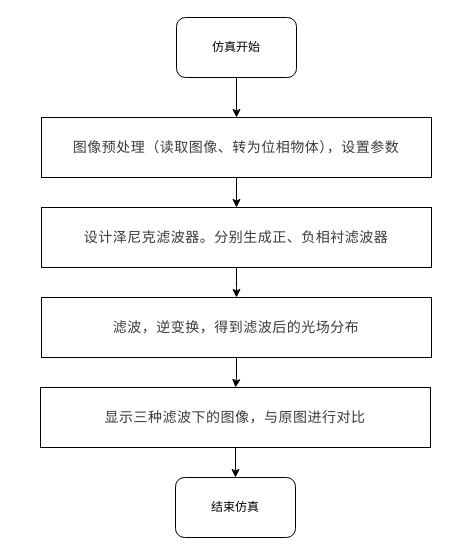
This is 未命名绘图.drawio from LennyJove/optic_simulation, a draw.io file, before an edit. Source tidied: cells renumbered, new cells numbered last; positions are measured from the earlier drawing's top-left corner, leaving out a move shared by most shapes. Both pictures are drawn from the tidied source at 100%, with x=0, y=0 at pixel (40, 17).
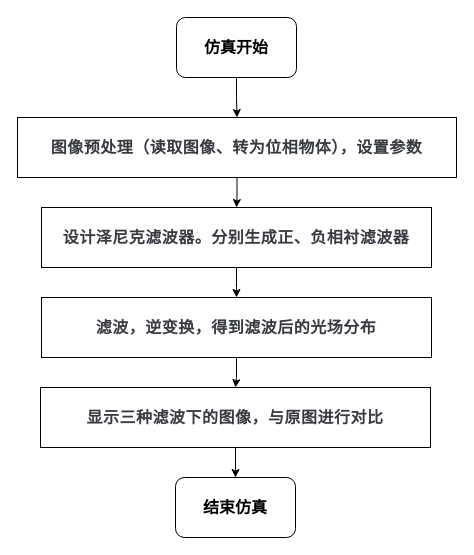
After the change.

What changed in the source:
```diff
@@
 <mxGraphModel>
   <root>
     <mxCell id="0" />
     <mxCell id="1" parent="0" />
     <mxCell id="2" style="edgeStyle=orthogonalEdgeStyle;rounded=0;jettySize=auto;html=1;" parent="1" edge="1" source="3" target="5">
       <mxGeometry relative="1" as="geometry" />
     </mxCell>
-    <mxCell id="3" value="&lt;pre style=&quot;font-family: &amp;quot;Fira Code&amp;quot;, &amp;quot;Fira Mono&amp;quot;, Menlo, Consolas, &amp;quot;DejaVu Sans Mono&amp;quot;, monospace; scrollbar-color: rgba(0, 0, 0, 0.25) rgba(0, 0, 0, 0); margin-top: 0.5em; margin-bottom: 0.5em; padding: 1em; border: 0px; font-variant-numeric: inherit; font-variant-east-asian: inherit; font-variant-alternates: inherit; font-variant-position: inherit; font-variant-emoji: inherit; font-stretch: inherit; font-size: 14px; line-height: 1.5; font-optical-sizing: inherit; font-size-adjust: inherit; font-kerning: inherit; font-feature-settings: inherit; font-variation-settings: inherit; vertical-align: baseline; color: rgb(56, 58, 66); direction: ltr; text-align: left; word-break: normal; tab-size: 2; hyphens: none; overflow: auto; border-radius: 0px; background: none 0% 0% / auto repeat scroll padding-box border-box rgb(255, 255, 255); letter-spacing: 0.5px;&quot; class=&quot;language-&quot; data-v-e2d1d10f=&quot;&quot;&gt;&lt;code style=&quot;font-family: &amp;quot;Fira Code&amp;quot;, &amp;quot;Fira Mono&amp;quot;, Menlo, Consolas, &amp;quot;DejaVu Sans Mono&amp;quot;, monospace; scrollbar-color: rgba(0, 0, 0, 0.25) rgba(0, 0, 0, 0); margin: 0px; padding: 0px; border: 0px; font-style: inherit; font-variant: inherit; font-weight: inherit; font-stretch: inherit; font-size: inherit; line-height: 1.5; font-optical-sizing: inherit; font-size-adjust: inherit; font-kerning: inherit; font-feature-settings: inherit; font-variation-settings: inherit; vertical-align: baseline; direction: ltr; text-wrap-mode: wrap; word-spacing: normal; word-break: break-word; tab-size: 2; hyphens: none; max-width: 100%; overflow: auto;&quot; class=&quot;language-&quot;&gt;图像预处理（读取图像、转为位相物体），设置参数&lt;/code&gt;&lt;/pre&gt;" style="rounded=0;whiteSpace=wrap;html=1;" parent="1" vertex="1">
-      <mxGeometry x="1" y="100" width="390" height="60" as="geometry" />
+    <mxCell id="3" value="&lt;pre style=&quot;font-family: &amp;quot;Fira Code&amp;quot;, &amp;quot;Fira Mono&amp;quot;, Menlo, Consolas, &amp;quot;DejaVu Sans Mono&amp;quot;, monospace; scrollbar-color: rgba(0, 0, 0, 0.25) rgba(0, 0, 0, 0); margin-top: 0.5em; margin-bottom: 0.5em; padding: 1em; border: 0px; font-variant-numeric: inherit; font-variant-east-asian: inherit; font-variant-alternates: inherit; font-variant-position: inherit; font-variant-emoji: inherit; font-stretch: inherit; line-height: 1.5; font-optical-sizing: inherit; font-size-adjust: inherit; font-kerning: inherit; font-feature-settings: inherit; font-variation-settings: inherit; vertical-align: baseline; color: rgb(56, 58, 66); direction: ltr; text-align: left; word-break: normal; tab-size: 2; hyphens: none; overflow: auto; border-radius: 0px; background: none 0% 0% / auto repeat scroll padding-box border-box rgb(255, 255, 255); letter-spacing: 0.5px;&quot; class=&quot;language-&quot; data-v-e2d1d10f=&quot;&quot;&gt;&lt;code style=&quot;font-family: &amp;quot;Fira Code&amp;quot;, &amp;quot;Fira Mono&amp;quot;, Menlo, Consolas, &amp;quot;DejaVu Sans Mono&amp;quot;, monospace; scrollbar-color: rgba(0, 0, 0, 0.25) rgba(0, 0, 0, 0); margin: 0px; padding: 0px; border: 0px; font-style: inherit; font-variant: inherit; font-stretch: inherit; line-height: 1.5; font-optical-sizing: inherit; font-size-adjust: inherit; font-kerning: inherit; font-feature-settings: inherit; font-variation-settings: inherit; vertical-align: baseline; direction: ltr; text-wrap-mode: wrap; word-spacing: normal; word-break: break-word; tab-size: 2; hyphens: none; max-width: 100%; overflow: auto;&quot; class=&quot;language-&quot;&gt;&lt;b style=&quot;&quot;&gt;&lt;font style=&quot;font-size: 16px;&quot;&gt;图像预处理（读取图像、转为位相物体），设置参数&lt;/font&gt;&lt;/b&gt;&lt;/code&gt;&lt;/pre&gt;" style="rounded=0;whiteSpace=wrap;html=1;" parent="1" vertex="1">
+      <mxGeometry x="-23" y="100" width="439" height="60" as="geometry" />
     </mxCell>
     <mxCell id="4" style="edgeStyle=orthogonalEdgeStyle;rounded=0;jettySize=auto;html=1;" parent="1" edge="1" source="5">
       <mxGeometry relative="1" as="geometry">
         <mxPoint x="196" y="280" as="targetPoint" />
       </mxGeometry>
     </mxCell>
-    <mxCell id="5" value="&lt;pre style=&quot;font-family: &amp;quot;Fira Code&amp;quot;, &amp;quot;Fira Mono&amp;quot;, Menlo, Consolas, &amp;quot;DejaVu Sans Mono&amp;quot;, monospace; scrollbar-color: rgba(0, 0, 0, 0.25) rgba(0, 0, 0, 0); margin-top: 0.5em; margin-bottom: 0.5em; padding: 1em; border: 0px; font-variant-numeric: inherit; font-variant-east-asian: inherit; font-variant-alternates: inherit; font-variant-position: inherit; font-variant-emoji: inherit; font-stretch: inherit; font-size: 14px; line-height: 1.5; font-optical-sizing: inherit; font-size-adjust: inherit; font-kerning: inherit; font-feature-settings: inherit; font-variation-settings: inherit; vertical-align: baseline; color: rgb(56, 58, 66); direction: ltr; text-align: left; word-break: normal; tab-size: 2; hyphens: none; overflow: auto; border-radius: 0px; background: none 0% 0% / auto repeat scroll padding-box border-box rgb(255, 255, 255); letter-spacing: 0.5px;&quot; class=&quot;language-&quot; data-v-e2d1d10f=&quot;&quot;&gt;&lt;code style=&quot;font-family: &amp;quot;Fira Code&amp;quot;, &amp;quot;Fira Mono&amp;quot;, Menlo, Consolas, &amp;quot;DejaVu Sans Mono&amp;quot;, monospace; scrollbar-color: transparent transparent; margin: 0px; padding: 0px; border: 0px; font-style: inherit; font-variant: inherit; font-weight: inherit; font-stretch: inherit; font-size: inherit; line-height: 1.5; font-optical-sizing: inherit; font-size-adjust: inherit; font-kerning: inherit; font-feature-settings: inherit; font-variation-settings: inherit; vertical-align: baseline; direction: ltr; text-wrap-mode: wrap; word-spacing: normal; word-break: break-word; tab-size: 2; hyphens: none; max-width: 100%; overflow: auto;&quot; class=&quot;language-&quot;&gt;设计泽尼克滤波器。分别生成正、负相衬滤波器&lt;/code&gt;&lt;/pre&gt;" style="rounded=0;whiteSpace=wrap;html=1;" parent="1" vertex="1">
+    <mxCell id="5" value="&lt;pre style=&quot;font-family: &amp;quot;Fira Code&amp;quot;, &amp;quot;Fira Mono&amp;quot;, Menlo, Consolas, &amp;quot;DejaVu Sans Mono&amp;quot;, monospace; scrollbar-color: rgba(0, 0, 0, 0.25) rgba(0, 0, 0, 0); margin-top: 0.5em; margin-bottom: 0.5em; padding: 1em; border: 0px; font-variant-numeric: inherit; font-variant-east-asian: inherit; font-variant-alternates: inherit; font-variant-position: inherit; font-variant-emoji: inherit; font-stretch: inherit; line-height: 1.5; font-optical-sizing: inherit; font-size-adjust: inherit; font-kerning: inherit; font-feature-settings: inherit; font-variation-settings: inherit; vertical-align: baseline; color: rgb(56, 58, 66); direction: ltr; text-align: left; word-break: normal; tab-size: 2; hyphens: none; overflow: auto; border-radius: 0px; background: none 0% 0% / auto repeat scroll padding-box border-box rgb(255, 255, 255); letter-spacing: 0.5px;&quot; class=&quot;language-&quot; data-v-e2d1d10f=&quot;&quot;&gt;&lt;code style=&quot;font-family: &amp;quot;Fira Code&amp;quot;, &amp;quot;Fira Mono&amp;quot;, Menlo, Consolas, &amp;quot;DejaVu Sans Mono&amp;quot;, monospace; scrollbar-color: transparent transparent; margin: 0px; padding: 0px; border: 0px; font-style: inherit; font-variant: inherit; font-stretch: inherit; line-height: 1.5; font-optical-sizing: inherit; font-size-adjust: inherit; font-kerning: inherit; font-feature-settings: inherit; font-variation-settings: inherit; vertical-align: baseline; direction: ltr; text-wrap-mode: wrap; word-spacing: normal; word-break: break-word; tab-size: 2; hyphens: none; max-width: 100%; overflow: auto;&quot; class=&quot;language-&quot;&gt;&lt;b style=&quot;&quot;&gt;&lt;font style=&quot;font-size: 16px;&quot;&gt;设计泽尼克滤波器。分别生成正、负相衬滤波器&lt;/font&gt;&lt;/b&gt;&lt;/code&gt;&lt;/pre&gt;" style="rounded=0;whiteSpace=wrap;html=1;" parent="1" vertex="1">
       <mxGeometry x="1" y="190" width="390" height="60" as="geometry" />
     </mxCell>
     <mxCell id="6" style="edgeStyle=orthogonalEdgeStyle;rounded=0;jettySize=auto;html=1;" parent="1" edge="1" source="7" target="3">
       <mxGeometry relative="1" as="geometry" />
     </mxCell>
-    <mxCell id="7" value="仿真开始" style="rounded=1;whiteSpace=wrap;html=1;" parent="1" vertex="1">
+    <mxCell id="7" value="&lt;b&gt;&lt;font style=&quot;font-size: 16px;&quot;&gt;仿真开始&lt;/font&gt;&lt;/b&gt;" style="rounded=1;whiteSpace=wrap;html=1;" parent="1" vertex="1">
       <mxGeometry x="136" width="120" height="60" as="geometry" />
     </mxCell>
     <mxCell id="8" style="edgeStyle=orthogonalEdgeStyle;rounded=0;jettySize=auto;html=1;" parent="1" edge="1" source="9">
       <mxGeometry relative="1" as="geometry">
         <mxPoint x="195" y="370" as="targetPoint" />
       </mxGeometry>
     </mxCell>
-    <mxCell id="9" value="&lt;pre style=&quot;font-family: &amp;quot;Fira Code&amp;quot;, &amp;quot;Fira Mono&amp;quot;, Menlo, Consolas, &amp;quot;DejaVu Sans Mono&amp;quot;, monospace; scrollbar-color: rgba(0, 0, 0, 0.25) rgba(0, 0, 0, 0); margin-top: 0.5em; margin-bottom: 0.5em; padding: 1em; border: 0px; font-variant-numeric: inherit; font-variant-east-asian: inherit; font-variant-alternates: inherit; font-variant-position: inherit; font-variant-emoji: inherit; font-stretch: inherit; font-size: 14px; line-height: 1.5; font-optical-sizing: inherit; font-size-adjust: inherit; font-kerning: inherit; font-feature-settings: inherit; font-variation-settings: inherit; vertical-align: baseline; color: rgb(56, 58, 66); direction: ltr; text-align: left; word-break: normal; tab-size: 2; hyphens: none; overflow: auto; border-radius: 0px; background: none 0% 0% / auto repeat scroll padding-box border-box rgb(255, 255, 255); letter-spacing: 0.5px;&quot; class=&quot;language-&quot; data-v-e2d1d10f=&quot;&quot;&gt;&lt;code style=&quot;font-family: &amp;quot;Fira Code&amp;quot;, &amp;quot;Fira Mono&amp;quot;, Menlo, Consolas, &amp;quot;DejaVu Sans Mono&amp;quot;, monospace; scrollbar-color: rgba(0, 0, 0, 0.25) rgba(0, 0, 0, 0); margin: 0px; padding: 0px; border: 0px; font-style: inherit; font-variant: inherit; font-weight: inherit; font-stretch: inherit; font-size: inherit; line-height: 1.5; font-optical-sizing: inherit; font-size-adjust: inherit; font-kerning: inherit; font-feature-settings: inherit; font-variation-settings: inherit; vertical-align: baseline; direction: ltr; text-wrap-mode: wrap; word-spacing: normal; word-break: break-word; tab-size: 2; hyphens: none; max-width: 100%; overflow: auto;&quot; class=&quot;language-&quot;&gt;滤波，逆变换，得到滤波后的光场分布&lt;/code&gt;&lt;/pre&gt;" style="whiteSpace=wrap;html=1;rounded=0;" parent="1" vertex="1">
+    <mxCell id="9" value="&lt;pre style=&quot;font-family: &amp;quot;Fira Code&amp;quot;, &amp;quot;Fira Mono&amp;quot;, Menlo, Consolas, &amp;quot;DejaVu Sans Mono&amp;quot;, monospace; scrollbar-color: rgba(0, 0, 0, 0.25) rgba(0, 0, 0, 0); margin-top: 0.5em; margin-bottom: 0.5em; padding: 1em; border: 0px; font-variant-numeric: inherit; font-variant-east-asian: inherit; font-variant-alternates: inherit; font-variant-position: inherit; font-variant-emoji: inherit; font-stretch: inherit; line-height: 1.5; font-optical-sizing: inherit; font-size-adjust: inherit; font-kerning: inherit; font-feature-settings: inherit; font-variation-settings: inherit; vertical-align: baseline; color: rgb(56, 58, 66); direction: ltr; text-align: left; word-break: normal; tab-size: 2; hyphens: none; overflow: auto; border-radius: 0px; background: none 0% 0% / auto repeat scroll padding-box border-box rgb(255, 255, 255); letter-spacing: 0.5px;&quot; class=&quot;language-&quot; data-v-e2d1d10f=&quot;&quot;&gt;&lt;code style=&quot;font-family: &amp;quot;Fira Code&amp;quot;, &amp;quot;Fira Mono&amp;quot;, Menlo, Consolas, &amp;quot;DejaVu Sans Mono&amp;quot;, monospace; scrollbar-color: rgba(0, 0, 0, 0.25) rgba(0, 0, 0, 0); margin: 0px; padding: 0px; border: 0px; font-style: inherit; font-variant: inherit; font-stretch: inherit; line-height: 1.5; font-optical-sizing: inherit; font-size-adjust: inherit; font-kerning: inherit; font-feature-settings: inherit; font-variation-settings: inherit; vertical-align: baseline; direction: ltr; text-wrap-mode: wrap; word-spacing: normal; word-break: break-word; tab-size: 2; hyphens: none; max-width: 100%; overflow: auto;&quot; class=&quot;language-&quot;&gt;&lt;b style=&quot;&quot;&gt;&lt;font style=&quot;font-size: 16px;&quot;&gt;滤波，逆变换，得到滤波后的光场分布&lt;/font&gt;&lt;/b&gt;&lt;/code&gt;&lt;/pre&gt;" style="whiteSpace=wrap;html=1;rounded=0;" parent="1" vertex="1">
       <mxGeometry x="1" y="280" width="390" height="60" as="geometry" />
     </mxCell>
     <mxCell id="10" style="edgeStyle=orthogonalEdgeStyle;rounded=0;jettySize=auto;html=1;" parent="1" edge="1" source="11" target="12">
       <mxGeometry relative="1" as="geometry" />
     </mxCell>
-    <mxCell id="11" value="&lt;pre style=&quot;font-family: &amp;quot;Fira Code&amp;quot;, &amp;quot;Fira Mono&amp;quot;, Menlo, Consolas, &amp;quot;DejaVu Sans Mono&amp;quot;, monospace; scrollbar-color: rgba(0, 0, 0, 0.25) rgba(0, 0, 0, 0); margin-top: 0.5em; margin-bottom: 0.5em; padding: 1em; border: 0px; font-variant-numeric: inherit; font-variant-east-asian: inherit; font-variant-alternates: inherit; font-variant-position: inherit; font-variant-emoji: inherit; font-stretch: inherit; font-size: 14px; line-height: 1.5; font-optical-sizing: inherit; font-size-adjust: inherit; font-kerning: inherit; font-feature-settings: inherit; font-variation-settings: inherit; vertical-align: baseline; color: rgb(56, 58, 66); direction: ltr; text-align: left; word-break: normal; tab-size: 2; hyphens: none; overflow: auto; border-radius: 0px; background: none 0% 0% / auto repeat scroll padding-box border-box rgb(255, 255, 255); letter-spacing: 0.5px;&quot; class=&quot;language-&quot; data-v-e2d1d10f=&quot;&quot;&gt;&lt;code style=&quot;font-family: &amp;quot;Fira Code&amp;quot;, &amp;quot;Fira Mono&amp;quot;, Menlo, Consolas, &amp;quot;DejaVu Sans Mono&amp;quot;, monospace; scrollbar-color: rgba(0, 0, 0, 0.25) rgba(0, 0, 0, 0); margin: 0px; padding: 0px; border: 0px; font-style: inherit; font-variant: inherit; font-weight: inherit; font-stretch: inherit; font-size: inherit; line-height: 1.5; font-optical-sizing: inherit; font-size-adjust: inherit; font-kerning: inherit; font-feature-settings: inherit; font-variation-settings: inherit; vertical-align: baseline; direction: ltr; text-wrap-mode: wrap; word-spacing: normal; word-break: break-word; tab-size: 2; hyphens: none; max-width: 100%; overflow: auto;&quot; class=&quot;language-&quot;&gt;显示三种滤波下的图像，与原图进行对比&lt;/code&gt;&lt;/pre&gt;" style="rounded=0;whiteSpace=wrap;html=1;" parent="1" vertex="1">
+    <mxCell id="11" value="&lt;pre style=&quot;font-family: &amp;quot;Fira Code&amp;quot;, &amp;quot;Fira Mono&amp;quot;, Menlo, Consolas, &amp;quot;DejaVu Sans Mono&amp;quot;, monospace; scrollbar-color: rgba(0, 0, 0, 0.25) rgba(0, 0, 0, 0); margin-top: 0.5em; margin-bottom: 0.5em; padding: 1em; border: 0px; font-variant-numeric: inherit; font-variant-east-asian: inherit; font-variant-alternates: inherit; font-variant-position: inherit; font-variant-emoji: inherit; font-stretch: inherit; line-height: 1.5; font-optical-sizing: inherit; font-size-adjust: inherit; font-kerning: inherit; font-feature-settings: inherit; font-variation-settings: inherit; vertical-align: baseline; color: rgb(56, 58, 66); direction: ltr; text-align: left; word-break: normal; tab-size: 2; hyphens: none; overflow: auto; border-radius: 0px; background: none 0% 0% / auto repeat scroll padding-box border-box rgb(255, 255, 255); letter-spacing: 0.5px;&quot; class=&quot;language-&quot; data-v-e2d1d10f=&quot;&quot;&gt;&lt;code style=&quot;font-family: &amp;quot;Fira Code&amp;quot;, &amp;quot;Fira Mono&amp;quot;, Menlo, Consolas, &amp;quot;DejaVu Sans Mono&amp;quot;, monospace; scrollbar-color: rgba(0, 0, 0, 0.25) rgba(0, 0, 0, 0); margin: 0px; padding: 0px; border: 0px; font-style: inherit; font-variant: inherit; font-stretch: inherit; line-height: 1.5; font-optical-sizing: inherit; font-size-adjust: inherit; font-kerning: inherit; font-feature-settings: inherit; font-variation-settings: inherit; vertical-align: baseline; direction: ltr; text-wrap-mode: wrap; word-spacing: normal; word-break: break-word; tab-size: 2; hyphens: none; max-width: 100%; overflow: auto;&quot; class=&quot;language-&quot;&gt;&lt;b style=&quot;&quot;&gt;&lt;font style=&quot;font-size: 16px;&quot;&gt;显示三种滤波下的图像，与原图进行对比&lt;/font&gt;&lt;/b&gt;&lt;/code&gt;&lt;/pre&gt;" style="rounded=0;whiteSpace=wrap;html=1;" parent="1" vertex="1">
       <mxGeometry y="370" width="390" height="60" as="geometry" />
     </mxCell>
-    <mxCell id="12" value="结束仿真" style="rounded=1;whiteSpace=wrap;html=1;" parent="1" vertex="1">
+    <mxCell id="12" value="&lt;b&gt;&lt;font style=&quot;font-size: 16px;&quot;&gt;结束仿真&lt;/font&gt;&lt;/b&gt;" style="rounded=1;whiteSpace=wrap;html=1;" parent="1" vertex="1">
       <mxGeometry x="135" y="460" width="120" height="60" as="geometry" />
     </mxCell>
   </root>
 </mxGraphModel>
```
